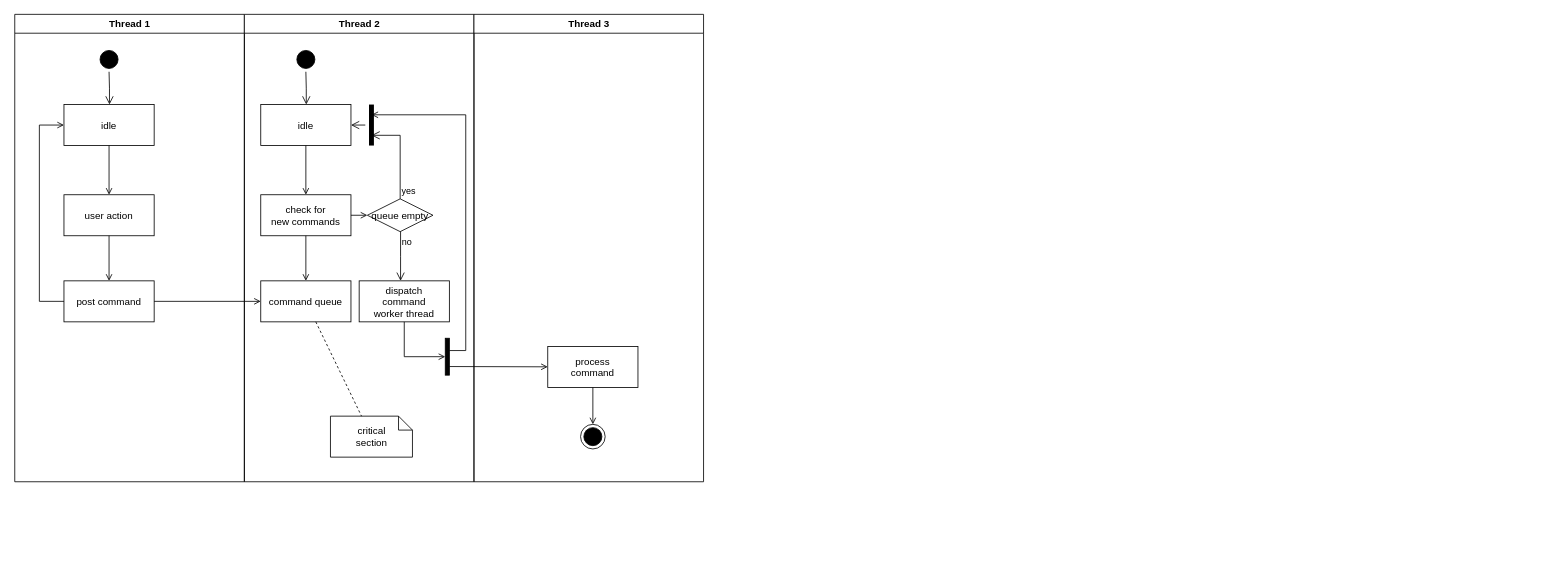
Before: Activity Diagram.drawio in sintariaulia/Diagram, a draw.io diagram. Source tidied: cells renumbered, new cells numbered last; positions are measured from the earlier drawing's top-left corner, leaving out a move shared by most shapes. Both pictures are drawn from the tidied source at 82%, with x=0, y=0 at pixel (14, 14).
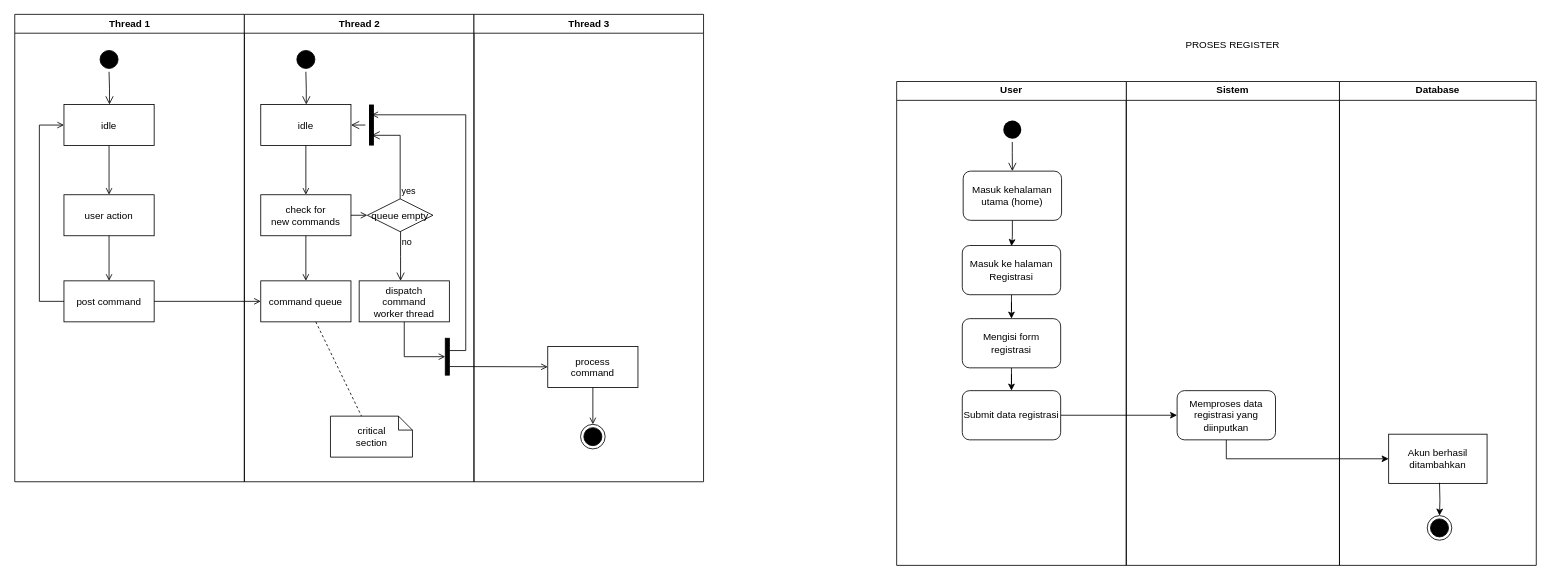
After the change.

The edit, as a diff of the source:
```diff
@@
+    <mxCell id="37" style="edgeStyle=orthogonalEdgeStyle;rounded=0;jettySize=auto;html=1;" parent="1" edge="1" source="49">
+      <mxGeometry relative="1" as="geometry">
+        <mxPoint x="1216" y="282.6" as="targetPoint" />
+      </mxGeometry>
+    </mxCell>
+    <mxCell id="38" style="ellipse;html=1;shape=startState;fillColor=#000000;strokeColor=none;" parent="1" vertex="1">
+      <mxGeometry x="1202" y="125.6" width="30" height="30" as="geometry" />
+    </mxCell>
+    <mxCell id="39" style="edgeStyle=orthogonalEdgeStyle;html=1;verticalAlign=bottom;endArrow=open;endSize=8;strokeColor=#000000;rounded=0;entryX=0.5;entryY=0;entryDx=0;entryDy=0;" parent="1" edge="1" source="38" target="49">
+      <mxGeometry relative="1" as="geometry">
+        <Array as="points">
+          <mxPoint x="1217" y="168.3" />
+          <mxPoint x="1217" y="168.3" />
+        </Array>
+      </mxGeometry>
+    </mxCell>
+    <mxCell id="40" style="edgeStyle=orthogonalEdgeStyle;rounded=0;jettySize=auto;html=1;entryX=0.5;entryY=0;entryDx=0;entryDy=0;" parent="1" edge="1" source="41" target="43">
+      <mxGeometry relative="1" as="geometry" />
+    </mxCell>
+    <mxCell id="41" value="Masuk ke halaman Registrasi" style="rounded=1;whiteSpace=wrap;html=1;" parent="1" vertex="1">
+      <mxGeometry x="1156" y="281.9" width="120" height="60" as="geometry" />
+    </mxCell>
+    <mxCell id="42" style="edgeStyle=orthogonalEdgeStyle;rounded=0;jettySize=auto;html=1;" parent="1" edge="1" source="43" target="45">
+      <mxGeometry relative="1" as="geometry" />
+    </mxCell>
+    <mxCell id="43" value="Mengisi form registrasi" style="rounded=1;whiteSpace=wrap;html=1;" parent="1" vertex="1">
+      <mxGeometry x="1156" y="371.1" width="120" height="60" as="geometry" />
+    </mxCell>
+    <mxCell id="44" style="edgeStyle=orthogonalEdgeStyle;rounded=0;jettySize=auto;html=1;exitX=1;exitY=0.5;exitDx=0;exitDy=0;" parent="1" edge="1" source="45" target="47">
+      <mxGeometry relative="1" as="geometry" />
+    </mxCell>
+    <mxCell id="45" value="Submit data registrasi" style="rounded=1;whiteSpace=wrap;html=1;" parent="1" vertex="1">
+      <mxGeometry x="1156" y="458.9" width="120" height="60" as="geometry" />
+    </mxCell>
+    <mxCell id="46" value="Sistem" style="swimlane;whiteSpace=wrap;html=1;startSize=23;" parent="1" vertex="1">
+      <mxGeometry x="1356" y="81.9" width="260" height="590.1" as="geometry" />
+    </mxCell>
+    <mxCell id="47" value="Memproses data registrasi yang diinputkan" style="rounded=1;whiteSpace=wrap;html=1;" parent="46" vertex="1">
+      <mxGeometry x="62" y="377" width="120" height="60" as="geometry" />
+    </mxCell>
+    <mxCell id="48" value="User" style="swimlane;whiteSpace=wrap;html=1;startSize=23;" parent="1" vertex="1">
+      <mxGeometry x="1076" y="81.9" width="280" height="590.1" as="geometry" />
+    </mxCell>
+    <mxCell id="49" value="Masuk kehalaman utama (home)" style="rounded=1;whiteSpace=wrap;html=1;" parent="48" vertex="1">
+      <mxGeometry x="81.1" y="109.3" width="120" height="60" as="geometry" />
+    </mxCell>
+    <mxCell id="50" value="PROSES REGISTER" style="text;html=1;strokeColor=none;fillColor=none;align=center;verticalAlign=middle;whiteSpace=wrap;rounded=0;" parent="1" vertex="1">
+      <mxGeometry x="1346" y="22" width="280" height="30" as="geometry" />
+    </mxCell>
+    <mxCell id="51" value="Database" style="swimlane;whiteSpace=wrap;html=1;startSize=23;" parent="1" vertex="1">
+      <mxGeometry x="1616" y="81.9" width="240" height="590.1" as="geometry" />
+    </mxCell>
+    <mxCell id="52" value="Akun berhasil ditambahkan" style="rounded=0;whiteSpace=wrap;html=1;" parent="51" vertex="1">
+      <mxGeometry x="60" y="430.1" width="120" height="60" as="geometry" />
+    </mxCell>
+    <mxCell id="53" style="ellipse;html=1;shape=endState;fillColor=#000000;strokeColor=#000000;" parent="51" vertex="1">
+      <mxGeometry x="107" y="529.4" width="30" height="30" as="geometry" />
+    </mxCell>
+    <mxCell id="54" style="edgeStyle=orthogonalEdgeStyle;rounded=0;jettySize=auto;html=1;" parent="51" edge="1" target="53">
+      <mxGeometry relative="1" as="geometry">
+        <mxPoint x="122" y="489.4" as="sourcePoint" />
+      </mxGeometry>
+    </mxCell>
+    <mxCell id="55" style="edgeStyle=orthogonalEdgeStyle;rounded=0;jettySize=auto;html=1;exitX=0.5;exitY=1;exitDx=0;exitDy=0;entryX=0;entryY=0.5;entryDx=0;entryDy=0;" parent="1" edge="1" source="47" target="52">
+      <mxGeometry relative="1" as="geometry" />
+    </mxCell>
```
